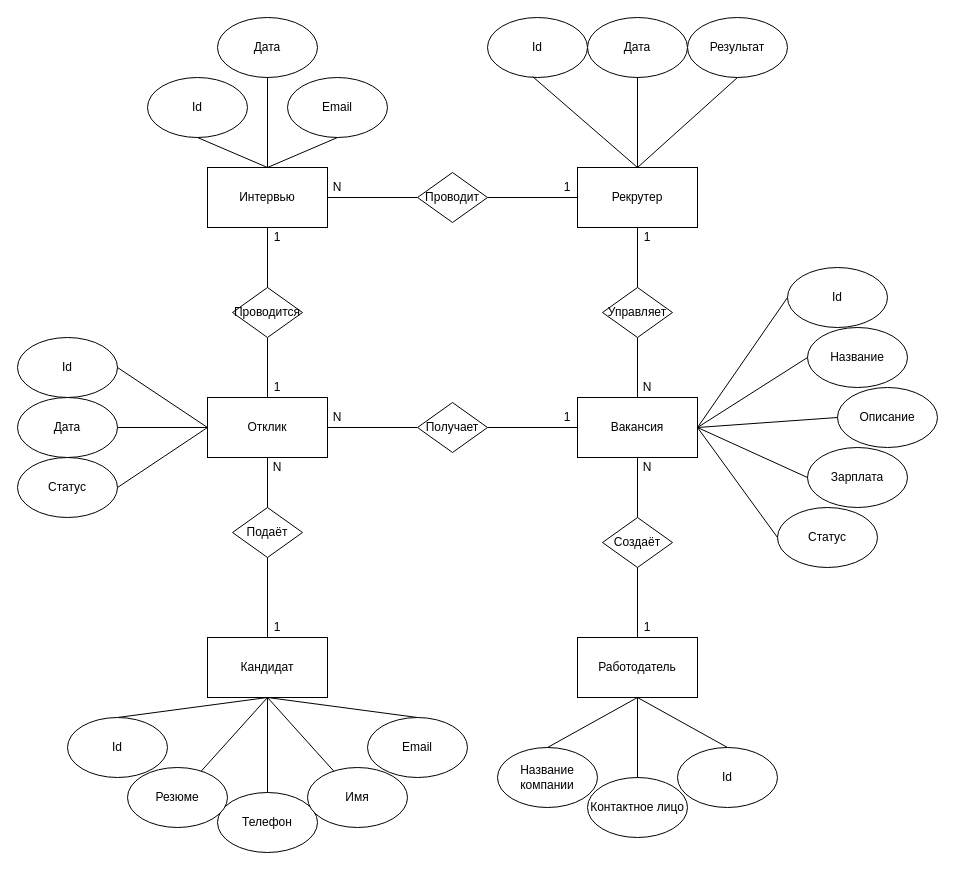
The draw.io diagram ER.drawio in Regdal-cyber/Coursework, before the edit. Source tidied: cells renumbered, new cells numbered last; positions are measured from the earlier drawing's top-left corner, leaving out a move shared by most shapes. Both pictures are drawn from the tidied source at 100%, with x=0, y=0 at pixel (17, 17).
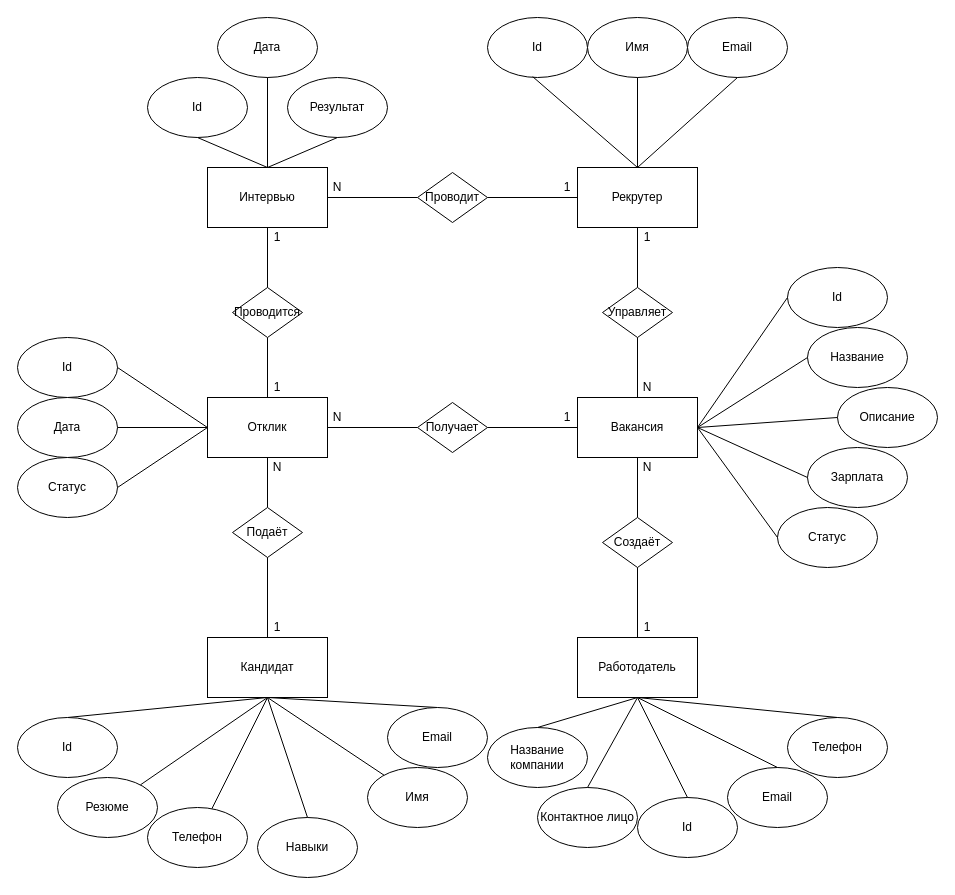
The same page after the edit.

The change refers to these unchanged cells:
```xml
<mxCell id="3" value="Кандидат" style="rounded=0;whiteSpace=wrap;html=1;" parent="1" vertex="1">
  <mxGeometry x="190" y="620" width="120" height="60" as="geometry" />
</mxCell>
<mxCell id="7" value="Работодатель" style="rounded=0;whiteSpace=wrap;html=1;" parent="1" vertex="1">
  <mxGeometry x="560" y="620" width="120" height="60" as="geometry" />
</mxCell>
```

What changed in the source:
```diff
@@
     <mxCell id="9" value="Id" style="ellipse;whiteSpace=wrap;html=1;" parent="1" vertex="1">
-      <mxGeometry x="50" y="700" width="100" height="60" as="geometry" />
+      <mxGeometry y="700" width="100" height="60" as="geometry" />
     </mxCell>
@@
     <mxCell id="11" value="Email" style="ellipse;whiteSpace=wrap;html=1;" parent="1" vertex="1">
-      <mxGeometry x="350" y="700" width="100" height="60" as="geometry" />
+      <mxGeometry x="370" y="690" width="100" height="60" as="geometry" />
     </mxCell>
@@
     <mxCell id="13" value="Телефон" style="ellipse;whiteSpace=wrap;html=1;" parent="1" vertex="1">
-      <mxGeometry x="200" y="775" width="100" height="60" as="geometry" />
+      <mxGeometry x="130" y="790" width="100" height="60" as="geometry" />
     </mxCell>
@@
     <mxCell id="15" value="Резюме" style="ellipse;whiteSpace=wrap;html=1;" parent="1" vertex="1">
-      <mxGeometry x="110" y="750" width="100" height="60" as="geometry" />
+      <mxGeometry x="40" y="760" width="100" height="60" as="geometry" />
     </mxCell>
@@
     <mxCell id="17" value="Имя" style="ellipse;whiteSpace=wrap;html=1;" parent="1" vertex="1">
-      <mxGeometry x="290" y="750" width="100" height="60" as="geometry" />
+      <mxGeometry x="350" y="750" width="100" height="60" as="geometry" />
     </mxCell>
@@
     <mxCell id="31" value="Id" style="ellipse;whiteSpace=wrap;html=1;" parent="1" vertex="1">
-      <mxGeometry x="660" y="730" width="100" height="60" as="geometry" />
+      <mxGeometry x="620" y="780" width="100" height="60" as="geometry" />
     </mxCell>
     <mxCell id="32" value="Название компании" style="ellipse;whiteSpace=wrap;html=1;" parent="1" vertex="1">
-      <mxGeometry x="480" y="730" width="100" height="60" as="geometry" />
+      <mxGeometry x="470" y="710" width="100" height="60" as="geometry" />
     </mxCell>
     <mxCell id="33" value="Контактное лицо" style="ellipse;whiteSpace=wrap;html=1;" parent="1" vertex="1">
-      <mxGeometry x="570" y="760" width="100" height="60" as="geometry" />
+      <mxGeometry x="520" y="770" width="100" height="60" as="geometry" />
     </mxCell>
@@
-    <mxCell id="48" value="Дата" style="ellipse;whiteSpace=wrap;html=1;" parent="1" vertex="1">
+    <mxCell id="48" value="Имя" style="ellipse;whiteSpace=wrap;html=1;" parent="1" vertex="1">
       <mxGeometry x="570" width="100" height="60" as="geometry" />
     </mxCell>
-    <mxCell id="49" value="Результат" style="ellipse;whiteSpace=wrap;html=1;" parent="1" vertex="1">
+    <mxCell id="49" value="Email" style="ellipse;whiteSpace=wrap;html=1;" parent="1" vertex="1">
       <mxGeometry x="670" width="100" height="60" as="geometry" />
     </mxCell>
@@
-    <mxCell id="52" value="Email" style="ellipse;whiteSpace=wrap;html=1;" parent="1" vertex="1">
+    <mxCell id="52" value="Результат" style="ellipse;whiteSpace=wrap;html=1;" parent="1" vertex="1">
       <mxGeometry x="270" y="60" width="100" height="60" as="geometry" />
     </mxCell>
@@
+    <mxCell id="83" value="Навыки" style="ellipse;whiteSpace=wrap;html=1;" parent="1" vertex="1">
+      <mxGeometry x="240" y="800" width="100" height="60" as="geometry" />
+    </mxCell>
+    <mxCell id="84" style="endArrow=none;html=1;rounded=0;entryX=0.5;entryY=1;entryDx=0;entryDy=0;exitX=0.5;exitY=0;exitDx=0;exitDy=0;" parent="1" edge="1" source="83" target="3">
+      <mxGeometry relative="1" as="geometry" />
+    </mxCell>
+    <mxCell id="85" value="Email" style="ellipse;whiteSpace=wrap;html=1;" parent="1" vertex="1">
+      <mxGeometry x="710" y="750" width="100" height="60" as="geometry" />
+    </mxCell>
+    <mxCell id="86" value="Телефон" style="ellipse;whiteSpace=wrap;html=1;" parent="1" vertex="1">
+      <mxGeometry x="770" y="700" width="100" height="60" as="geometry" />
+    </mxCell>
+    <mxCell id="87" style="endArrow=none;html=1;rounded=0;entryX=0.5;entryY=0;entryDx=0;entryDy=0;exitX=0.5;exitY=1;exitDx=0;exitDy=0;" parent="1" edge="1" source="7" target="85">
+      <mxGeometry relative="1" as="geometry" />
+    </mxCell>
+    <mxCell id="88" style="endArrow=none;html=1;rounded=0;entryX=0.5;entryY=0;entryDx=0;entryDy=0;exitX=0.5;exitY=1;exitDx=0;exitDy=0;" parent="1" edge="1" source="7" target="86">
+      <mxGeometry relative="1" as="geometry" />
+    </mxCell>
```
